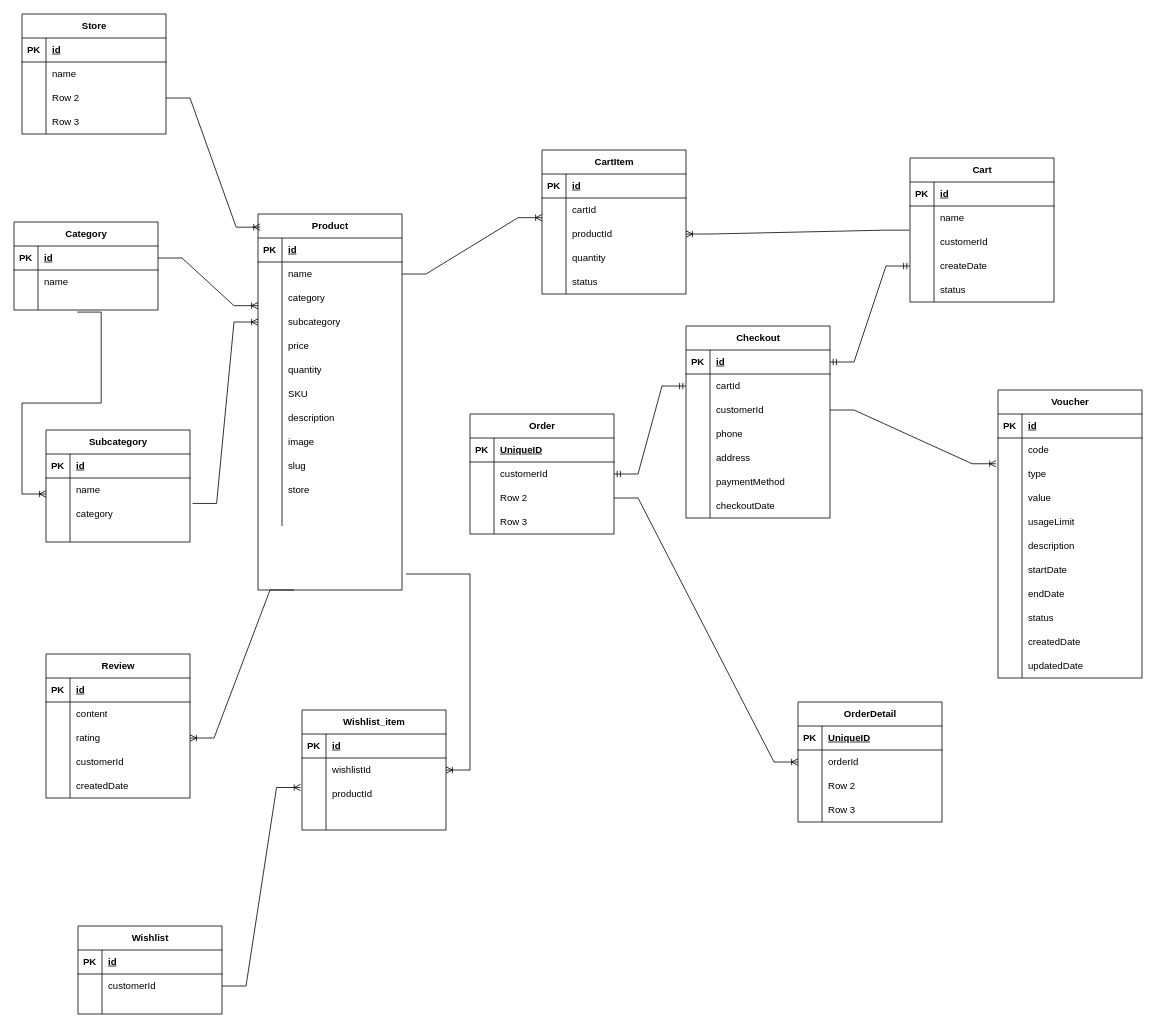
Earlier version of the draw.io diagram backend/app/Entity Diagram.drawio (pdcthanh112/MyDream). Source tidied: cells renumbered, new cells numbered last; positions are measured from the earlier drawing's top-left corner, leaving out a move shared by most shapes. Both pictures are drawn from the tidied source at 80%, with x=0, y=0 at pixel (-378, 14).
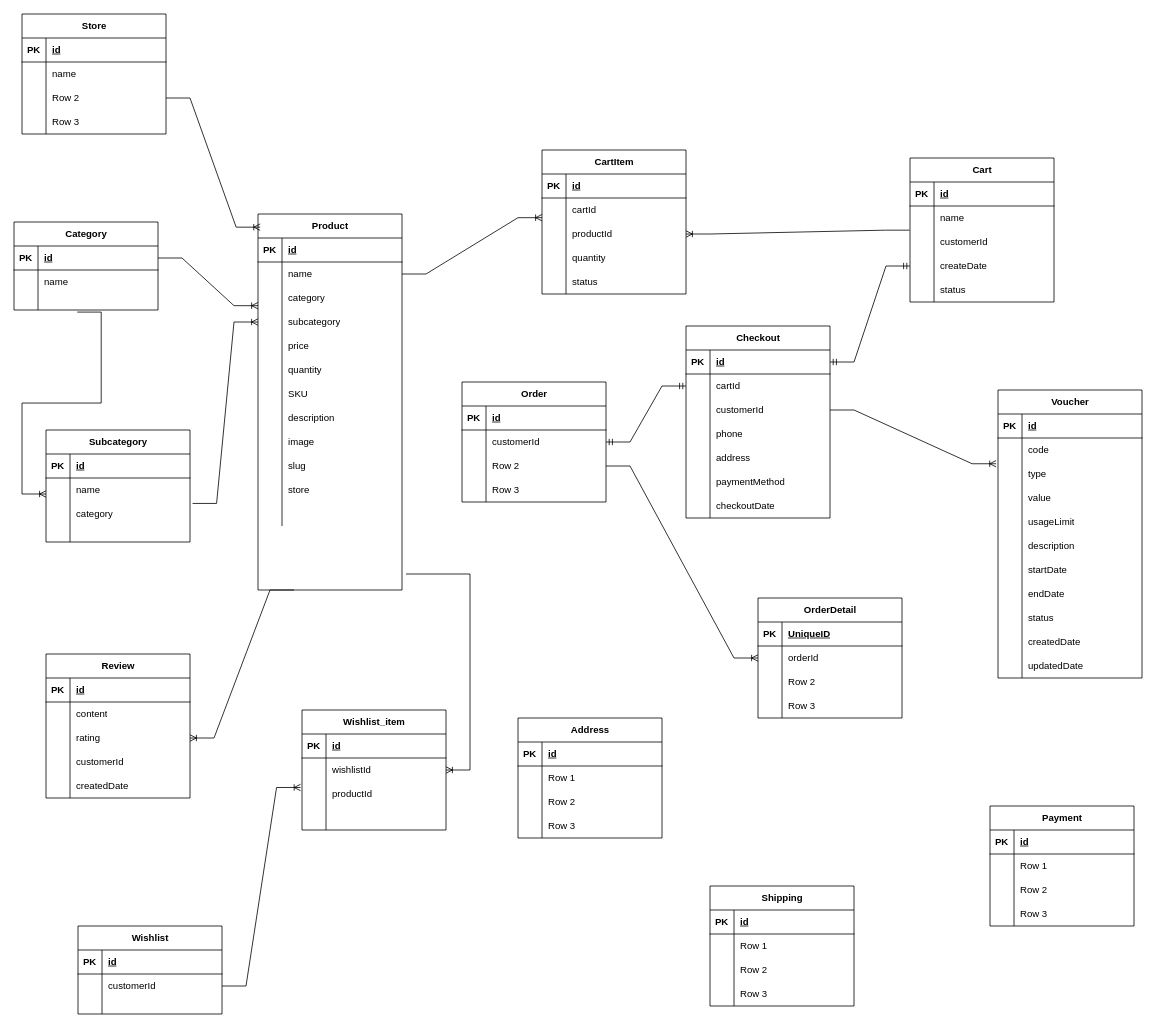
Above is the later version.

The change refers to these unchanged cells:
```xml
<mxCell id="117" style="shape=tableRow;horizontal=0;startSize=0;swimlaneHead=0;swimlaneBody=0;fillColor=none;top=0;left=0;right=0;bottom=1;" parent="116" vertex="1">
  <mxGeometry y="30" width="180" height="30" as="geometry" />
</mxCell>
```

What changed in the source:
```diff
@@
     <mxCell id="116" value="Order" style="shape=table;startSize=30;childLayout=tableLayout;rowLines=0;fontStyle=1;align=center;html=1;" parent="1" vertex="1">
-      <mxGeometry x="1060" y="500" width="180" height="150" as="geometry" />
+      <mxGeometry x="1050" y="460" width="180" height="150" as="geometry" />
     </mxCell>
@@
-    <mxCell id="119" value="UniqueID" style="shape=partialRectangle;fillColor=none;top=0;left=0;bottom=0;right=0;align=left;spacingLeft=6;fontStyle=5;overflow=hidden;whiteSpace=wrap;html=1;" parent="117" vertex="1">
+    <mxCell id="119" value="id" style="shape=partialRectangle;fillColor=none;top=0;left=0;bottom=0;right=0;align=left;spacingLeft=6;fontStyle=5;overflow=hidden;whiteSpace=wrap;html=1;" parent="117" vertex="1">
       <mxGeometry x="30" width="150" height="30" as="geometry" />
     </mxCell>
@@
     <mxCell id="129" value="OrderDetail" style="shape=table;startSize=30;childLayout=tableLayout;rowLines=0;fontStyle=1;align=center;html=1;" parent="1" vertex="1">
-      <mxGeometry x="1470" y="860" width="180" height="150" as="geometry" />
+      <mxGeometry x="1420" y="730" width="180" height="150" as="geometry" />
     </mxCell>
@@
+    <mxCell id="241" value="Payment" style="shape=table;startSize=30;childLayout=tableLayout;rowLines=0;fontStyle=1;align=center;html=1;" parent="1" vertex="1">
+      <mxGeometry x="1710" y="990" width="180" height="150" as="geometry" />
+    </mxCell>
+    <mxCell id="242" style="shape=tableRow;horizontal=0;startSize=0;swimlaneHead=0;swimlaneBody=0;fillColor=none;top=0;left=0;right=0;bottom=1;" parent="241" vertex="1">
+      <mxGeometry y="30" width="180" height="30" as="geometry" />
+    </mxCell>
+    <mxCell id="243" value="PK" style="shape=partialRectangle;fillColor=none;top=0;left=0;bottom=0;right=0;fontStyle=1;overflow=hidden;whiteSpace=wrap;html=1;" parent="242" vertex="1">
+      <mxGeometry width="30" height="30" as="geometry" />
+    </mxCell>
+    <mxCell id="244" value="id" style="shape=partialRectangle;fillColor=none;top=0;left=0;bottom=0;right=0;align=left;spacingLeft=6;fontStyle=5;overflow=hidden;whiteSpace=wrap;html=1;" parent="242" vertex="1">
+      <mxGeometry x="30" width="150" height="30" as="geometry" />
+    </mxCell>
+    <mxCell id="245" style="shape=tableRow;horizontal=0;startSize=0;swimlaneHead=0;swimlaneBody=0;fillColor=none;top=0;left=0;right=0;bottom=0;" parent="241" vertex="1">
+      <mxGeometry y="60" width="180" height="30" as="geometry" />
+    </mxCell>
+    <mxCell id="246" style="shape=partialRectangle;fillColor=none;top=0;left=0;bottom=0;right=0;overflow=hidden;whiteSpace=wrap;html=1;" parent="245" vertex="1">
+      <mxGeometry width="30" height="30" as="geometry" />
+    </mxCell>
+    <mxCell id="247" value="Row 1" style="shape=partialRectangle;fillColor=none;top=0;left=0;bottom=0;right=0;align=left;spacingLeft=6;overflow=hidden;whiteSpace=wrap;html=1;" parent="245" vertex="1">
+      <mxGeometry x="30" width="150" height="30" as="geometry" />
+    </mxCell>
+    <mxCell id="248" style="shape=tableRow;horizontal=0;startSize=0;swimlaneHead=0;swimlaneBody=0;fillColor=none;top=0;left=0;right=0;bottom=0;" parent="241" vertex="1">
+      <mxGeometry y="90" width="180" height="30" as="geometry" />
+    </mxCell>
+    <mxCell id="249" style="shape=partialRectangle;fillColor=none;top=0;left=0;bottom=0;right=0;overflow=hidden;whiteSpace=wrap;html=1;" parent="248" vertex="1">
+      <mxGeometry width="30" height="30" as="geometry" />
+    </mxCell>
+    <mxCell id="250" value="Row 2" style="shape=partialRectangle;fillColor=none;top=0;left=0;bottom=0;right=0;align=left;spacingLeft=6;overflow=hidden;whiteSpace=wrap;html=1;" parent="248" vertex="1">
+      <mxGeometry x="30" width="150" height="30" as="geometry" />
+    </mxCell>
+    <mxCell id="251" style="shape=tableRow;horizontal=0;startSize=0;swimlaneHead=0;swimlaneBody=0;fillColor=none;top=0;left=0;right=0;bottom=0;" parent="241" vertex="1">
+      <mxGeometry y="120" width="180" height="30" as="geometry" />
+    </mxCell>
+    <mxCell id="252" style="shape=partialRectangle;fillColor=none;top=0;left=0;bottom=0;right=0;overflow=hidden;whiteSpace=wrap;html=1;" parent="251" vertex="1">
+      <mxGeometry width="30" height="30" as="geometry" />
+    </mxCell>
+    <mxCell id="253" value="Row 3" style="shape=partialRectangle;fillColor=none;top=0;left=0;bottom=0;right=0;align=left;spacingLeft=6;overflow=hidden;whiteSpace=wrap;html=1;" parent="251" vertex="1">
+      <mxGeometry x="30" width="150" height="30" as="geometry" />
+    </mxCell>
+    <mxCell id="254" value="Shipping" style="shape=table;startSize=30;childLayout=tableLayout;rowLines=0;fontStyle=1;align=center;html=1;" parent="1" vertex="1">
+      <mxGeometry x="1360" y="1090" width="180" height="150" as="geometry" />
+    </mxCell>
+    <mxCell id="255" style="shape=tableRow;horizontal=0;startSize=0;swimlaneHead=0;swimlaneBody=0;fillColor=none;top=0;left=0;right=0;bottom=1;" parent="254" vertex="1">
+      <mxGeometry y="30" width="180" height="30" as="geometry" />
+    </mxCell>
+    <mxCell id="256" value="PK" style="shape=partialRectangle;fillColor=none;top=0;left=0;bottom=0;right=0;fontStyle=1;overflow=hidden;whiteSpace=wrap;html=1;" parent="255" vertex="1">
+      <mxGeometry width="30" height="30" as="geometry" />
+    </mxCell>
+    <mxCell id="257" value="id" style="shape=partialRectangle;fillColor=none;top=0;left=0;bottom=0;right=0;align=left;spacingLeft=6;fontStyle=5;overflow=hidden;whiteSpace=wrap;html=1;" parent="255" vertex="1">
+      <mxGeometry x="30" width="150" height="30" as="geometry" />
+    </mxCell>
+    <mxCell id="258" style="shape=tableRow;horizontal=0;startSize=0;swimlaneHead=0;swimlaneBody=0;fillColor=none;top=0;left=0;right=0;bottom=0;" parent="254" vertex="1">
+      <mxGeometry y="60" width="180" height="30" as="geometry" />
+    </mxCell>
+    <mxCell id="259" style="shape=partialRectangle;fillColor=none;top=0;left=0;bottom=0;right=0;overflow=hidden;whiteSpace=wrap;html=1;" parent="258" vertex="1">
+      <mxGeometry width="30" height="30" as="geometry" />
+    </mxCell>
+    <mxCell id="260" value="Row 1" style="shape=partialRectangle;fillColor=none;top=0;left=0;bottom=0;right=0;align=left;spacingLeft=6;overflow=hidden;whiteSpace=wrap;html=1;" parent="258" vertex="1">
+      <mxGeometry x="30" width="150" height="30" as="geometry" />
+    </mxCell>
+    <mxCell id="261" style="shape=tableRow;horizontal=0;startSize=0;swimlaneHead=0;swimlaneBody=0;fillColor=none;top=0;left=0;right=0;bottom=0;" parent="254" vertex="1">
+      <mxGeometry y="90" width="180" height="30" as="geometry" />
+    </mxCell>
+    <mxCell id="262" style="shape=partialRectangle;fillColor=none;top=0;left=0;bottom=0;right=0;overflow=hidden;whiteSpace=wrap;html=1;" parent="261" vertex="1">
+      <mxGeometry width="30" height="30" as="geometry" />
+    </mxCell>
+    <mxCell id="263" value="Row 2" style="shape=partialRectangle;fillColor=none;top=0;left=0;bottom=0;right=0;align=left;spacingLeft=6;overflow=hidden;whiteSpace=wrap;html=1;" parent="261" vertex="1">
+      <mxGeometry x="30" width="150" height="30" as="geometry" />
+    </mxCell>
+    <mxCell id="264" style="shape=tableRow;horizontal=0;startSize=0;swimlaneHead=0;swimlaneBody=0;fillColor=none;top=0;left=0;right=0;bottom=0;" parent="254" vertex="1">
+      <mxGeometry y="120" width="180" height="30" as="geometry" />
+    </mxCell>
+    <mxCell id="265" style="shape=partialRectangle;fillColor=none;top=0;left=0;bottom=0;right=0;overflow=hidden;whiteSpace=wrap;html=1;" parent="264" vertex="1">
+      <mxGeometry width="30" height="30" as="geometry" />
+    </mxCell>
+    <mxCell id="266" value="Row 3" style="shape=partialRectangle;fillColor=none;top=0;left=0;bottom=0;right=0;align=left;spacingLeft=6;overflow=hidden;whiteSpace=wrap;html=1;" parent="264" vertex="1">
+      <mxGeometry x="30" width="150" height="30" as="geometry" />
+    </mxCell>
+    <mxCell id="267" value="Address" style="shape=table;startSize=30;childLayout=tableLayout;rowLines=0;fontStyle=1;align=center;html=1;" parent="1" vertex="1">
+      <mxGeometry x="1120" y="880" width="180" height="150" as="geometry" />
+    </mxCell>
+    <mxCell id="268" style="shape=tableRow;horizontal=0;startSize=0;swimlaneHead=0;swimlaneBody=0;fillColor=none;top=0;left=0;right=0;bottom=1;" parent="267" vertex="1">
+      <mxGeometry y="30" width="180" height="30" as="geometry" />
+    </mxCell>
+    <mxCell id="269" value="PK" style="shape=partialRectangle;fillColor=none;top=0;left=0;bottom=0;right=0;fontStyle=1;overflow=hidden;whiteSpace=wrap;html=1;" parent="268" vertex="1">
+      <mxGeometry width="30" height="30" as="geometry" />
+    </mxCell>
+    <mxCell id="270" value="id" style="shape=partialRectangle;fillColor=none;top=0;left=0;bottom=0;right=0;align=left;spacingLeft=6;fontStyle=5;overflow=hidden;whiteSpace=wrap;html=1;" parent="268" vertex="1">
+      <mxGeometry x="30" width="150" height="30" as="geometry" />
+    </mxCell>
+    <mxCell id="271" style="shape=tableRow;horizontal=0;startSize=0;swimlaneHead=0;swimlaneBody=0;fillColor=none;top=0;left=0;right=0;bottom=0;" parent="267" vertex="1">
+      <mxGeometry y="60" width="180" height="30" as="geometry" />
+    </mxCell>
+    <mxCell id="272" style="shape=partialRectangle;fillColor=none;top=0;left=0;bottom=0;right=0;overflow=hidden;whiteSpace=wrap;html=1;" parent="271" vertex="1">
+      <mxGeometry width="30" height="30" as="geometry" />
+    </mxCell>
+    <mxCell id="273" value="Row 1" style="shape=partialRectangle;fillColor=none;top=0;left=0;bottom=0;right=0;align=left;spacingLeft=6;overflow=hidden;whiteSpace=wrap;html=1;" parent="271" vertex="1">
+      <mxGeometry x="30" width="150" height="30" as="geometry" />
+    </mxCell>
+    <mxCell id="274" style="shape=tableRow;horizontal=0;startSize=0;swimlaneHead=0;swimlaneBody=0;fillColor=none;top=0;left=0;right=0;bottom=0;" parent="267" vertex="1">
+      <mxGeometry y="90" width="180" height="30" as="geometry" />
+    </mxCell>
+    <mxCell id="275" style="shape=partialRectangle;fillColor=none;top=0;left=0;bottom=0;right=0;overflow=hidden;whiteSpace=wrap;html=1;" parent="274" vertex="1">
+      <mxGeometry width="30" height="30" as="geometry" />
+    </mxCell>
+    <mxCell id="276" value="Row 2" style="shape=partialRectangle;fillColor=none;top=0;left=0;bottom=0;right=0;align=left;spacingLeft=6;overflow=hidden;whiteSpace=wrap;html=1;" parent="274" vertex="1">
+      <mxGeometry x="30" width="150" height="30" as="geometry" />
+    </mxCell>
+    <mxCell id="277" style="shape=tableRow;horizontal=0;startSize=0;swimlaneHead=0;swimlaneBody=0;fillColor=none;top=0;left=0;right=0;bottom=0;" parent="267" vertex="1">
+      <mxGeometry y="120" width="180" height="30" as="geometry" />
+    </mxCell>
+    <mxCell id="278" style="shape=partialRectangle;fillColor=none;top=0;left=0;bottom=0;right=0;overflow=hidden;whiteSpace=wrap;html=1;" parent="277" vertex="1">
+      <mxGeometry width="30" height="30" as="geometry" />
+    </mxCell>
+    <mxCell id="279" value="Row 3" style="shape=partialRectangle;fillColor=none;top=0;left=0;bottom=0;right=0;align=left;spacingLeft=6;overflow=hidden;whiteSpace=wrap;html=1;" parent="277" vertex="1">
+      <mxGeometry x="30" width="150" height="30" as="geometry" />
+    </mxCell>
```
